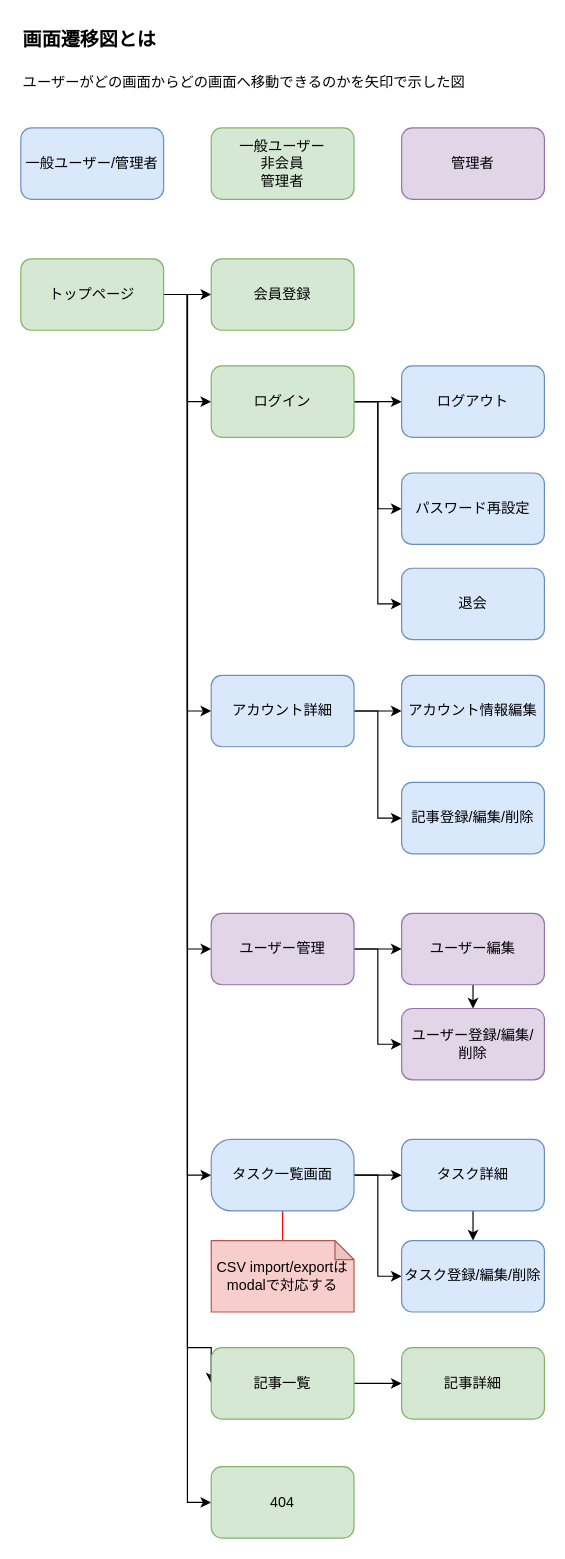
The draw.io diagram docs/画面遷移図.drawio in nomin-sasabuchi/express-next-rest-api, before the edit. Source tidied: cells renumbered, new cells numbered last; positions are measured from the earlier drawing's top-left corner, leaving out a move shared by most shapes. Both pictures are drawn from the tidied source at 119%, with x=0, y=0 at pixel (20, 20).
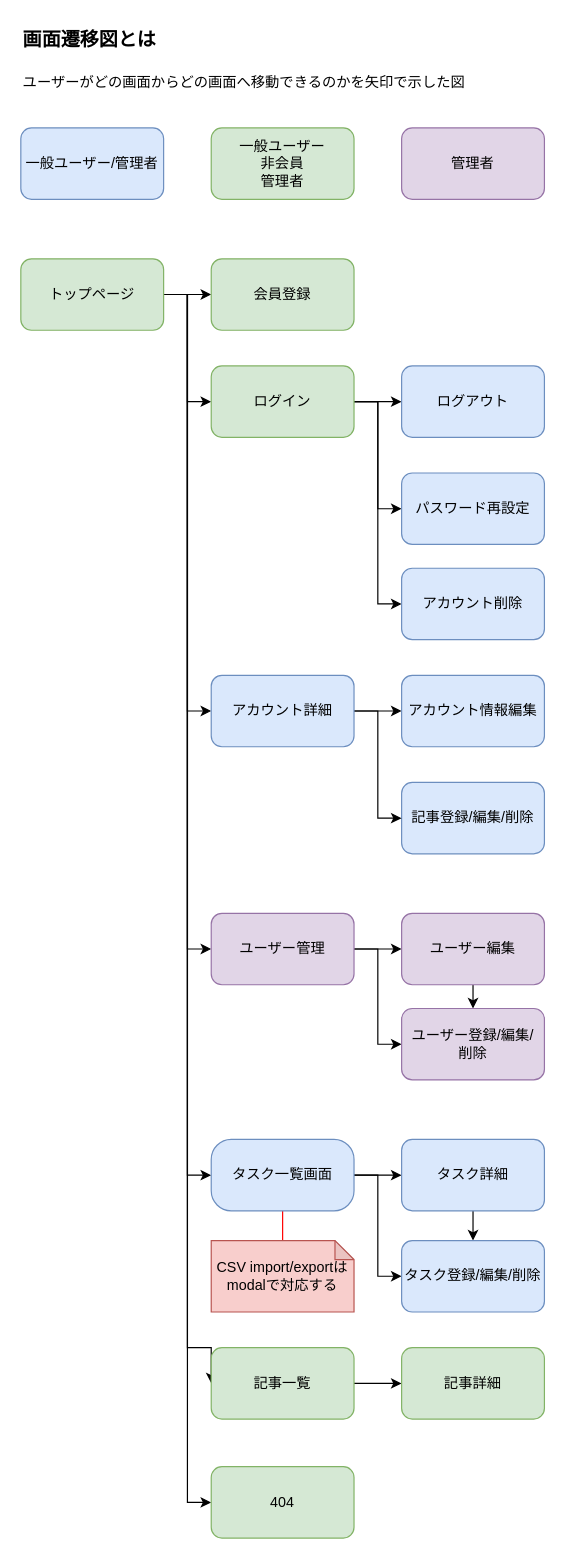
The same diagram, later.

The edit, as a diff of the source:
```diff
@@
-    <mxCell id="45" value="退会" style="rounded=1;whiteSpace=wrap;html=1;fillColor=#dae8fc;strokeColor=#6c8ebf;" parent="1" vertex="1">
+    <mxCell id="45" value="アカウント削除" style="rounded=1;whiteSpace=wrap;html=1;fillColor=#dae8fc;strokeColor=#6c8ebf;" parent="1" vertex="1">
       <mxGeometry x="320" y="460" width="120" height="60" as="geometry" />
     </mxCell>
```
